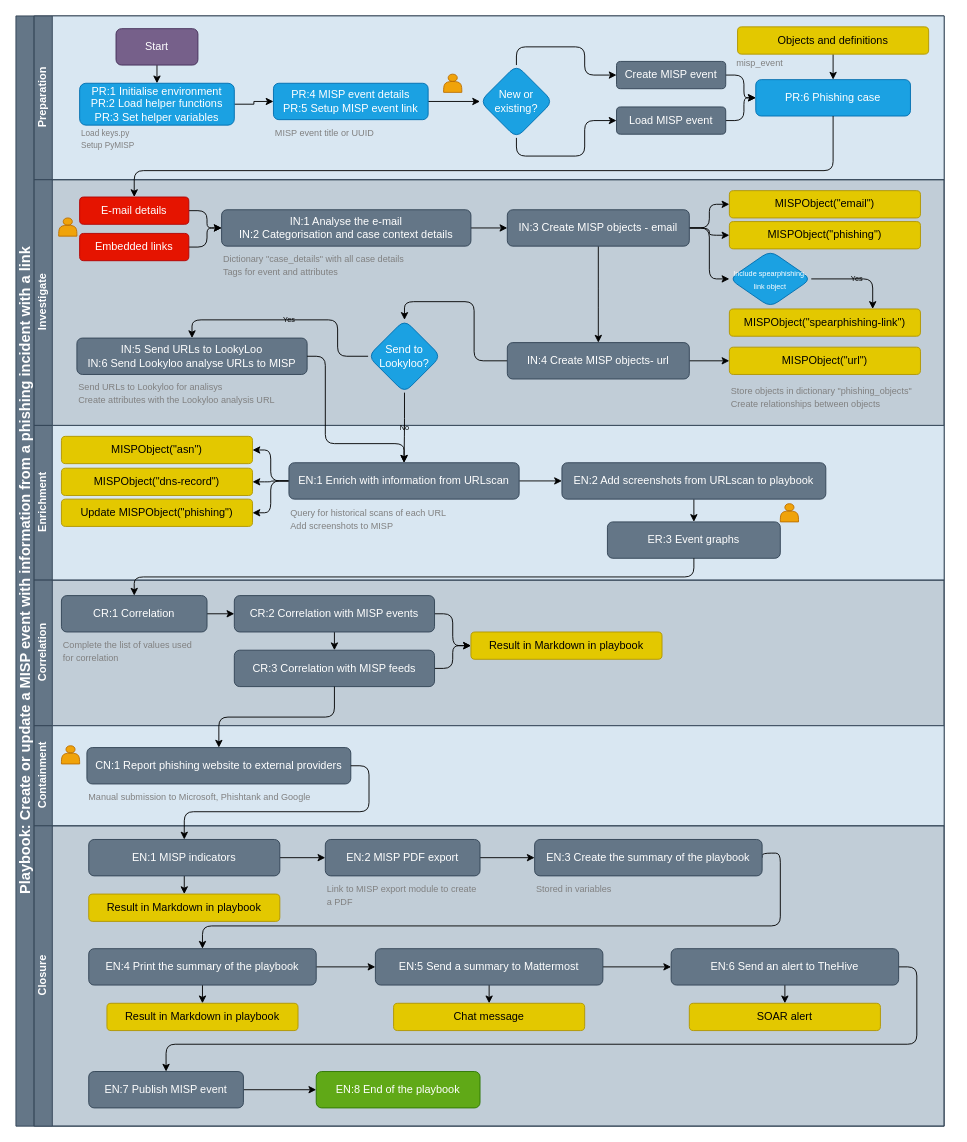
Before: documentation/assets/playbook-create_update_misp_event_on_phishing_with_link.drawio in MISP/misp-playbooks, a draw.io diagram. Source tidied: cells renumbered, new cells numbered last; positions are measured from the earlier drawing's top-left corner, leaving out a move shared by most shapes. Both pictures are drawn from the tidied source at 91%, with x=0, y=0 at pixel (15, 15).
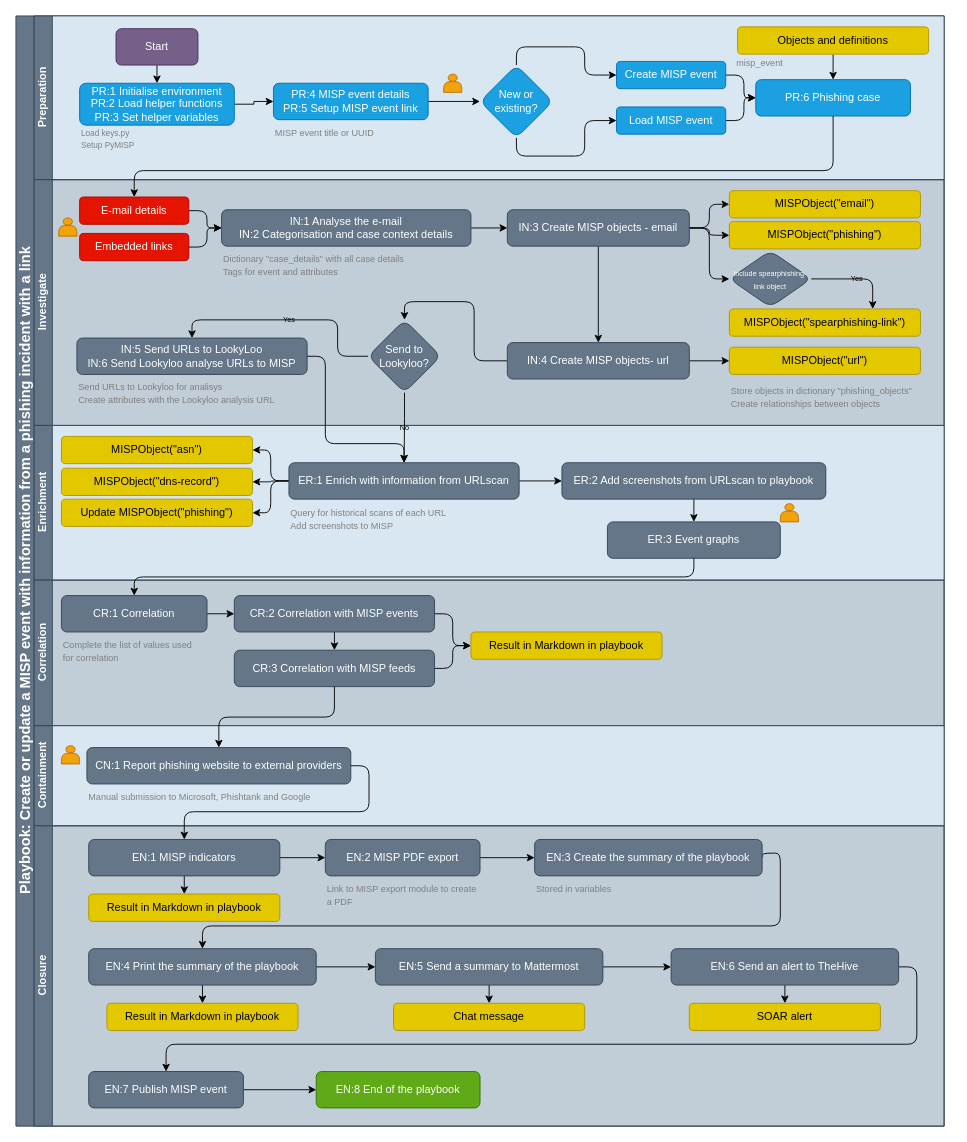
The same diagram, later.

The change refers to these unchanged cells:
```xml
<mxCell id="3" value="Preparation" style="swimlane;html=1;startSize=20;horizontal=0;fillColor=#647687;strokeColor=#314354;fontColor=#ffffff;swimlaneFillColor=#D9E7F2;" parent="2" vertex="1">
  <mxGeometry x="20" width="1000" height="180" as="geometry" />
</mxCell>
<mxCell id="24" value="Investigate" style="swimlane;html=1;startSize=20;horizontal=0;fillColor=#647687;strokeColor=#314354;fontColor=#ffffff;" parent="2" vertex="1">
  <mxGeometry x="20" y="180" width="1000" height="270" as="geometry" />
</mxCell>
<mxCell id="56" value="Enrichment" style="swimlane;html=1;startSize=20;horizontal=0;fillColor=#647687;strokeColor=#314354;fontColor=#ffffff;swimlaneFillColor=#D9E7F2;" parent="2" vertex="1">
  <mxGeometry x="20" y="450" width="1000" height="170" as="geometry" />
</mxCell>
```

The edit, as a diff of the source:
```diff
@@
-    <mxCell id="16" value="Create MISP event" style="rounded=1;whiteSpace=wrap;html=1;fillColor=#647687;strokeColor=#314354;fontColor=#ffffff;" parent="3" vertex="1">
+    <mxCell id="16" value="Create MISP event" style="rounded=1;whiteSpace=wrap;html=1;fillColor=#1ba1e2;strokeColor=#006EAF;fontColor=#ffffff;" parent="3" vertex="1">
       <mxGeometry x="640" y="50" width="120" height="30" as="geometry" />
     </mxCell>
@@
-    <mxCell id="18" value="Load MISP event" style="rounded=1;whiteSpace=wrap;html=1;fillColor=#647687;strokeColor=#314354;fontColor=#ffffff;" parent="3" vertex="1">
+    <mxCell id="18" value="Load MISP event" style="rounded=1;whiteSpace=wrap;html=1;fillColor=#1ba1e2;strokeColor=#006EAF;fontColor=#ffffff;" parent="3" vertex="1">
       <mxGeometry x="640" y="100" width="120" height="30" as="geometry" />
     </mxCell>
@@
-    <mxCell id="53" value="&lt;font style=&quot;font-size: 8px&quot;&gt;Include spearphishing-link object&lt;/font&gt;" style="rhombus;whiteSpace=wrap;html=1;rounded=1;fontColor=#ffffff;strokeColor=#006EAF;fillColor=#1ba1e2;" parent="24" vertex="1">
+    <mxCell id="53" value="&lt;font style=&quot;font-size: 8px&quot;&gt;Include spearphishing-link object&lt;/font&gt;" style="rhombus;whiteSpace=wrap;html=1;rounded=1;fontColor=#ffffff;strokeColor=#314354;fillColor=#647687;" parent="24" vertex="1">
       <mxGeometry x="764" y="78" width="90" height="62" as="geometry" />
     </mxCell>
@@
-    <mxCell id="55" value="Send to Lookyloo?" style="rhombus;whiteSpace=wrap;html=1;rounded=1;fontColor=#ffffff;strokeColor=#006EAF;fillColor=#1ba1e2;" parent="24" vertex="1">
+    <mxCell id="55" value="Send to Lookyloo?" style="rhombus;whiteSpace=wrap;html=1;rounded=1;fontColor=#ffffff;strokeColor=#314354;fillColor=#647687;" parent="24" vertex="1">
       <mxGeometry x="367" y="154" width="80" height="80" as="geometry" />
     </mxCell>
@@
-    <mxCell id="66" value="EN:1 Enrich with information from URLscan" style="rounded=1;whiteSpace=wrap;html=1;fillColor=#647687;strokeColor=#314354;fontColor=#ffffff;" parent="56" vertex="1">
+    <mxCell id="66" value="ER:1 Enrich with information from URLscan" style="rounded=1;whiteSpace=wrap;html=1;fillColor=#647687;strokeColor=#314354;fontColor=#ffffff;" parent="56" vertex="1">
       <mxGeometry x="280" y="41" width="253" height="40" as="geometry" />
     </mxCell>
@@
-    <mxCell id="72" value="EN:2 Add screenshots from URLscan to playbook" style="rounded=1;whiteSpace=wrap;html=1;fillColor=#647687;strokeColor=#314354;fontColor=#ffffff;" parent="56" vertex="1">
+    <mxCell id="72" value="ER:2 Add screenshots from URLscan to playbook" style="rounded=1;whiteSpace=wrap;html=1;fillColor=#647687;strokeColor=#314354;fontColor=#ffffff;" parent="56" vertex="1">
       <mxGeometry x="580" y="41" width="290" height="40" as="geometry" />
     </mxCell>
```
